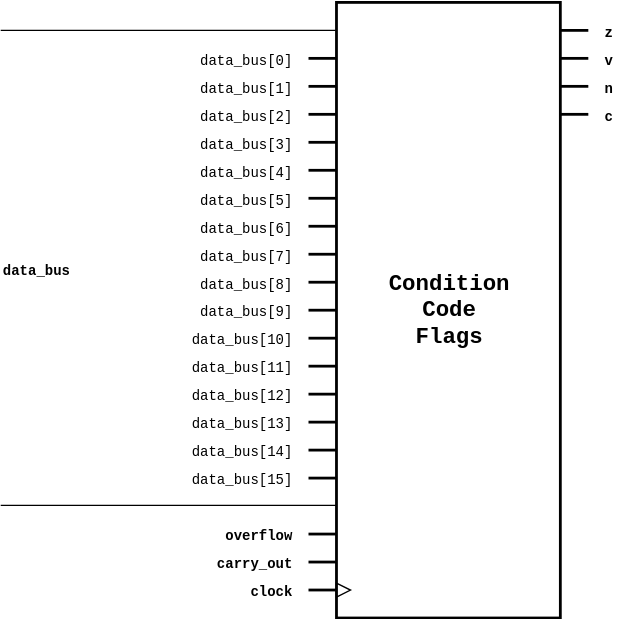
Above: docs/images/schematics/processor/ConditionCodeFlags.svg in jamesjiang52/Bitwise (draw.io), before the change. Source tidied: cells renumbered, new cells last; positions are measured from the earlier drawing's top-left corner, leaving out a move shared by most shapes. Its diagram source:
```xml
<mxGraphModel background="#ffffff">
  <root>
    <mxCell id="0" />
    <mxCell id="1" parent="0" />
    <mxCell id="2" style="group;" parent="1" vertex="1">
      <mxGeometry width="440" height="440" as="geometry" />
    </mxCell>
    <mxCell id="3" value="&lt;font face=&quot;Courier New&quot;&gt;&lt;span style=&quot;font-size: 10px&quot;&gt;&lt;b&gt;z&lt;/b&gt;&lt;/span&gt;&lt;/font&gt;" style="text;html=1;strokeColor=none;fillColor=none;align=left;verticalAlign=middle;whiteSpace=wrap;rounded=0;" parent="2" vertex="1">
      <mxGeometry x="430" y="10" width="10" height="20" as="geometry" />
    </mxCell>
    <mxCell id="4" value="&lt;font face=&quot;Courier New&quot; style=&quot;font-size: 10px&quot;&gt;&lt;b&gt;v&lt;/b&gt;&lt;/font&gt;" style="text;html=1;strokeColor=none;fillColor=none;align=left;verticalAlign=middle;whiteSpace=wrap;rounded=0;" parent="2" vertex="1">
      <mxGeometry x="430" y="30" width="10" height="20" as="geometry" />
    </mxCell>
    <mxCell id="5" value="&lt;font face=&quot;Courier New&quot;&gt;&lt;span style=&quot;font-size: 10px&quot;&gt;&lt;b&gt;n&lt;/b&gt;&lt;/span&gt;&lt;/font&gt;" style="text;html=1;strokeColor=none;fillColor=none;align=left;verticalAlign=middle;whiteSpace=wrap;rounded=0;" parent="2" vertex="1">
      <mxGeometry x="430" y="50" width="10" height="20" as="geometry" />
    </mxCell>
    <mxCell id="6" value="&lt;font face=&quot;Courier New&quot; style=&quot;font-size: 10px&quot;&gt;&lt;b&gt;c&lt;/b&gt;&lt;/font&gt;" style="text;html=1;strokeColor=none;fillColor=none;align=left;verticalAlign=middle;whiteSpace=wrap;rounded=0;" parent="2" vertex="1">
      <mxGeometry x="430" y="70" width="10" height="20" as="geometry" />
    </mxCell>
    <mxCell id="7" style="rounded=0;whiteSpace=wrap;html=1;strokeWidth=2;" parent="2" vertex="1">
      <mxGeometry x="240" width="160" height="440" as="geometry" />
    </mxCell>
    <mxCell id="8" value="&lt;font face=&quot;Courier New&quot;&gt;&lt;span style=&quot;font-size: 16px&quot;&gt;&lt;b&gt;Condition&lt;br&gt;Code&lt;br&gt;Flags&lt;/b&gt;&lt;/span&gt;&lt;/font&gt;&lt;br&gt;" style="text;html=1;strokeColor=none;fillColor=none;align=center;verticalAlign=middle;whiteSpace=wrap;rounded=0;" parent="2" vertex="1">
      <mxGeometry x="240" width="160" height="440" as="geometry" />
    </mxCell>
    <mxCell id="9" style="endArrow=none;html=1;strokeWidth=2;" parent="2" edge="1">
      <mxGeometry relative="1" as="geometry">
        <mxPoint x="400" y="20" as="sourcePoint" />
        <mxPoint x="420" y="20" as="targetPoint" />
      </mxGeometry>
    </mxCell>
    <mxCell id="10" style="endArrow=none;html=1;strokeWidth=2;" parent="2" edge="1">
      <mxGeometry relative="1" as="geometry">
        <mxPoint x="400" y="40" as="sourcePoint" />
        <mxPoint x="420" y="40" as="targetPoint" />
      </mxGeometry>
    </mxCell>
    <mxCell id="11" style="endArrow=none;html=1;strokeWidth=2;" parent="2" edge="1">
      <mxGeometry relative="1" as="geometry">
        <mxPoint x="400" y="60" as="sourcePoint" />
        <mxPoint x="420" y="60" as="targetPoint" />
      </mxGeometry>
    </mxCell>
    <mxCell id="12" style="endArrow=none;html=1;strokeWidth=2;" parent="2" edge="1">
      <mxGeometry relative="1" as="geometry">
        <mxPoint x="400" y="80" as="sourcePoint" />
        <mxPoint x="420" y="80" as="targetPoint" />
      </mxGeometry>
    </mxCell>
    <mxCell id="13" style="endArrow=none;html=1;strokeWidth=2;" parent="2" edge="1">
      <mxGeometry relative="1" as="geometry">
        <mxPoint x="220" y="420" as="sourcePoint" />
        <mxPoint x="240" y="420" as="targetPoint" />
      </mxGeometry>
    </mxCell>
    <mxCell id="14" value="&lt;b&gt;&lt;font face=&quot;Courier New&quot;&gt;&lt;font style=&quot;font-size: 10px&quot;&gt;clock&lt;/font&gt;&lt;br&gt;&lt;/font&gt;&lt;/b&gt;" style="text;html=1;strokeColor=none;fillColor=none;align=right;verticalAlign=middle;whiteSpace=wrap;rounded=0;" parent="2" vertex="1">
      <mxGeometry x="190" y="410" width="20" height="20" as="geometry" />
    </mxCell>
    <mxCell id="15" style="triangle;whiteSpace=wrap;html=1;fillColor=none;" parent="2" vertex="1">
      <mxGeometry x="240" y="415" width="10" height="10" as="geometry" />
    </mxCell>
    <mxCell id="16" value="&lt;font face=&quot;Courier New&quot;&gt;&lt;font style=&quot;font-size: 10px&quot;&gt;data_bus[2]&lt;/font&gt;&lt;br&gt;&lt;/font&gt;" style="text;html=1;strokeColor=none;fillColor=none;align=right;verticalAlign=middle;whiteSpace=wrap;rounded=0;" parent="2" vertex="1">
      <mxGeometry x="160" y="70" width="50" height="20" as="geometry" />
    </mxCell>
    <mxCell id="17" value="&lt;font face=&quot;Courier New&quot;&gt;&lt;font style=&quot;font-size: 10px&quot;&gt;data_bus[1]&lt;/font&gt;&lt;br&gt;&lt;/font&gt;" style="text;html=1;strokeColor=none;fillColor=none;align=right;verticalAlign=middle;whiteSpace=wrap;rounded=0;" parent="2" vertex="1">
      <mxGeometry x="160" y="50" width="50" height="20" as="geometry" />
    </mxCell>
    <mxCell id="18" style="endArrow=none;html=1;strokeWidth=2;" parent="2" edge="1">
      <mxGeometry relative="1" as="geometry">
        <mxPoint x="220" y="40" as="sourcePoint" />
        <mxPoint x="240" y="40" as="targetPoint" />
      </mxGeometry>
    </mxCell>
    <mxCell id="19" value="&lt;font face=&quot;Courier New&quot;&gt;&lt;font style=&quot;font-size: 10px&quot;&gt;data_bus[0]&lt;/font&gt;&lt;br&gt;&lt;/font&gt;" style="text;html=1;strokeColor=none;fillColor=none;align=right;verticalAlign=middle;whiteSpace=wrap;rounded=0;" parent="2" vertex="1">
      <mxGeometry x="160" y="30" width="50" height="20" as="geometry" />
    </mxCell>
    <mxCell id="20" style="endArrow=none;html=1;strokeWidth=2;" parent="2" edge="1">
      <mxGeometry relative="1" as="geometry">
        <mxPoint x="220" y="60" as="sourcePoint" />
        <mxPoint x="240" y="60" as="targetPoint" />
      </mxGeometry>
    </mxCell>
    <mxCell id="21" style="endArrow=none;html=1;" parent="2" edge="1">
      <mxGeometry relative="1" as="geometry">
        <mxPoint y="359.5" as="sourcePoint" />
        <mxPoint x="240" y="359.5" as="targetPoint" />
      </mxGeometry>
    </mxCell>
    <mxCell id="22" style="endArrow=none;html=1;strokeWidth=2;" parent="2" edge="1">
      <mxGeometry relative="1" as="geometry">
        <mxPoint x="220" y="80" as="sourcePoint" />
        <mxPoint x="240" y="80" as="targetPoint" />
      </mxGeometry>
    </mxCell>
    <mxCell id="23" style="endArrow=none;html=1;" parent="2" edge="1">
      <mxGeometry relative="1" as="geometry">
        <mxPoint y="20" as="sourcePoint" />
        <mxPoint x="240" y="20" as="targetPoint" />
      </mxGeometry>
    </mxCell>
    <mxCell id="24" value="&lt;b&gt;&lt;font face=&quot;Courier New&quot; style=&quot;font-size: 10px&quot;&gt;data_bus&lt;/font&gt;&lt;/b&gt;" style="text;html=1;strokeColor=none;fillColor=none;align=left;verticalAlign=middle;whiteSpace=wrap;rounded=0;" parent="2" vertex="1">
      <mxGeometry y="180" width="70" height="20" as="geometry" />
    </mxCell>
    <mxCell id="25" value="&lt;font face=&quot;Courier New&quot;&gt;&lt;font style=&quot;font-size: 10px&quot;&gt;data_bus[5]&lt;/font&gt;&lt;br&gt;&lt;/font&gt;" style="text;html=1;strokeColor=none;fillColor=none;align=right;verticalAlign=middle;whiteSpace=wrap;rounded=0;" parent="2" vertex="1">
      <mxGeometry x="160" y="130" width="50" height="20" as="geometry" />
    </mxCell>
    <mxCell id="26" value="&lt;font face=&quot;Courier New&quot;&gt;&lt;font style=&quot;font-size: 10px&quot;&gt;data_bus[4]&lt;/font&gt;&lt;br&gt;&lt;/font&gt;" style="text;html=1;strokeColor=none;fillColor=none;align=right;verticalAlign=middle;whiteSpace=wrap;rounded=0;" parent="2" vertex="1">
      <mxGeometry x="160" y="110" width="50" height="20" as="geometry" />
    </mxCell>
    <mxCell id="27" style="endArrow=none;html=1;strokeWidth=2;" parent="2" edge="1">
      <mxGeometry relative="1" as="geometry">
        <mxPoint x="220" y="100" as="sourcePoint" />
        <mxPoint x="240" y="100" as="targetPoint" />
      </mxGeometry>
    </mxCell>
    <mxCell id="28" value="&lt;font face=&quot;Courier New&quot;&gt;&lt;font style=&quot;font-size: 10px&quot;&gt;data_bus[3]&lt;/font&gt;&lt;br&gt;&lt;/font&gt;" style="text;html=1;strokeColor=none;fillColor=none;align=right;verticalAlign=middle;whiteSpace=wrap;rounded=0;" parent="2" vertex="1">
      <mxGeometry x="160" y="90" width="50" height="20" as="geometry" />
    </mxCell>
    <mxCell id="29" style="endArrow=none;html=1;strokeWidth=2;" parent="2" edge="1">
      <mxGeometry relative="1" as="geometry">
        <mxPoint x="220" y="120" as="sourcePoint" />
        <mxPoint x="240" y="120" as="targetPoint" />
      </mxGeometry>
    </mxCell>
    <mxCell id="30" style="endArrow=none;html=1;strokeWidth=2;" parent="2" edge="1">
      <mxGeometry relative="1" as="geometry">
        <mxPoint x="220" y="140" as="sourcePoint" />
        <mxPoint x="240" y="140" as="targetPoint" />
      </mxGeometry>
    </mxCell>
    <mxCell id="31" value="&lt;font face=&quot;Courier New&quot;&gt;&lt;font style=&quot;font-size: 10px&quot;&gt;data_bus[7]&lt;/font&gt;&lt;br&gt;&lt;/font&gt;" style="text;html=1;strokeColor=none;fillColor=none;align=right;verticalAlign=middle;whiteSpace=wrap;rounded=0;" parent="2" vertex="1">
      <mxGeometry x="160" y="170" width="50" height="20" as="geometry" />
    </mxCell>
    <mxCell id="32" value="&lt;font face=&quot;Courier New&quot;&gt;&lt;font style=&quot;font-size: 10px&quot;&gt;data_bus[6]&lt;/font&gt;&lt;br&gt;&lt;/font&gt;" style="text;html=1;strokeColor=none;fillColor=none;align=right;verticalAlign=middle;whiteSpace=wrap;rounded=0;" parent="2" vertex="1">
      <mxGeometry x="160" y="150" width="50" height="20" as="geometry" />
    </mxCell>
    <mxCell id="33" style="endArrow=none;html=1;strokeWidth=2;" parent="2" edge="1">
      <mxGeometry relative="1" as="geometry">
        <mxPoint x="220" y="160" as="sourcePoint" />
        <mxPoint x="240" y="160" as="targetPoint" />
      </mxGeometry>
    </mxCell>
    <mxCell id="34" style="endArrow=none;html=1;strokeWidth=2;" parent="2" edge="1">
      <mxGeometry relative="1" as="geometry">
        <mxPoint x="220" y="180" as="sourcePoint" />
        <mxPoint x="240" y="180" as="targetPoint" />
      </mxGeometry>
    </mxCell>
    <mxCell id="35" value="&lt;font face=&quot;Courier New&quot;&gt;&lt;font style=&quot;font-size: 10px&quot;&gt;data_bus[10]&lt;/font&gt;&lt;br&gt;&lt;/font&gt;" style="text;html=1;strokeColor=none;fillColor=none;align=right;verticalAlign=middle;whiteSpace=wrap;rounded=0;" parent="2" vertex="1">
      <mxGeometry x="160" y="230" width="50" height="20" as="geometry" />
    </mxCell>
    <mxCell id="36" value="&lt;font face=&quot;Courier New&quot;&gt;&lt;font style=&quot;font-size: 10px&quot;&gt;data_bus[9]&lt;/font&gt;&lt;br&gt;&lt;/font&gt;" style="text;html=1;strokeColor=none;fillColor=none;align=right;verticalAlign=middle;whiteSpace=wrap;rounded=0;" parent="2" vertex="1">
      <mxGeometry x="160" y="210" width="50" height="20" as="geometry" />
    </mxCell>
    <mxCell id="37" style="endArrow=none;html=1;strokeWidth=2;" parent="2" edge="1">
      <mxGeometry relative="1" as="geometry">
        <mxPoint x="220" y="200" as="sourcePoint" />
        <mxPoint x="240" y="200" as="targetPoint" />
      </mxGeometry>
    </mxCell>
    <mxCell id="38" value="&lt;font face=&quot;Courier New&quot;&gt;&lt;font style=&quot;font-size: 10px&quot;&gt;data_bus[8]&lt;/font&gt;&lt;br&gt;&lt;/font&gt;" style="text;html=1;strokeColor=none;fillColor=none;align=right;verticalAlign=middle;whiteSpace=wrap;rounded=0;" parent="2" vertex="1">
      <mxGeometry x="160" y="190" width="50" height="20" as="geometry" />
    </mxCell>
    <mxCell id="39" style="endArrow=none;html=1;strokeWidth=2;" parent="2" edge="1">
      <mxGeometry relative="1" as="geometry">
        <mxPoint x="220" y="220" as="sourcePoint" />
        <mxPoint x="240" y="220" as="targetPoint" />
      </mxGeometry>
    </mxCell>
    <mxCell id="40" style="endArrow=none;html=1;strokeWidth=2;" parent="2" edge="1">
      <mxGeometry relative="1" as="geometry">
        <mxPoint x="220" y="240" as="sourcePoint" />
        <mxPoint x="240" y="240" as="targetPoint" />
      </mxGeometry>
    </mxCell>
    <mxCell id="41" value="&lt;font face=&quot;Courier New&quot;&gt;&lt;font style=&quot;font-size: 10px&quot;&gt;data_bus[13]&lt;/font&gt;&lt;br&gt;&lt;/font&gt;" style="text;html=1;strokeColor=none;fillColor=none;align=right;verticalAlign=middle;whiteSpace=wrap;rounded=0;" parent="2" vertex="1">
      <mxGeometry x="160" y="290" width="50" height="20" as="geometry" />
    </mxCell>
    <mxCell id="42" value="&lt;font face=&quot;Courier New&quot;&gt;&lt;font style=&quot;font-size: 10px&quot;&gt;data_bus[12]&lt;/font&gt;&lt;br&gt;&lt;/font&gt;" style="text;html=1;strokeColor=none;fillColor=none;align=right;verticalAlign=middle;whiteSpace=wrap;rounded=0;" parent="2" vertex="1">
      <mxGeometry x="160" y="270" width="50" height="20" as="geometry" />
    </mxCell>
    <mxCell id="43" style="endArrow=none;html=1;strokeWidth=2;" parent="2" edge="1">
      <mxGeometry relative="1" as="geometry">
        <mxPoint x="220" y="260" as="sourcePoint" />
        <mxPoint x="240" y="260" as="targetPoint" />
      </mxGeometry>
    </mxCell>
    <mxCell id="44" value="&lt;font face=&quot;Courier New&quot;&gt;&lt;font style=&quot;font-size: 10px&quot;&gt;data_bus[11]&lt;/font&gt;&lt;br&gt;&lt;/font&gt;" style="text;html=1;strokeColor=none;fillColor=none;align=right;verticalAlign=middle;whiteSpace=wrap;rounded=0;" parent="2" vertex="1">
      <mxGeometry x="160" y="250" width="50" height="20" as="geometry" />
    </mxCell>
    <mxCell id="45" style="endArrow=none;html=1;strokeWidth=2;" parent="2" edge="1">
      <mxGeometry relative="1" as="geometry">
        <mxPoint x="220" y="280" as="sourcePoint" />
        <mxPoint x="240" y="280" as="targetPoint" />
      </mxGeometry>
    </mxCell>
    <mxCell id="46" style="endArrow=none;html=1;strokeWidth=2;" parent="2" edge="1">
      <mxGeometry relative="1" as="geometry">
        <mxPoint x="220" y="300" as="sourcePoint" />
        <mxPoint x="240" y="300" as="targetPoint" />
      </mxGeometry>
    </mxCell>
    <mxCell id="47" value="&lt;font face=&quot;Courier New&quot;&gt;&lt;font style=&quot;font-size: 10px&quot;&gt;data_bus[15]&lt;/font&gt;&lt;br&gt;&lt;/font&gt;" style="text;html=1;strokeColor=none;fillColor=none;align=right;verticalAlign=middle;whiteSpace=wrap;rounded=0;" parent="2" vertex="1">
      <mxGeometry x="160" y="330" width="50" height="20" as="geometry" />
    </mxCell>
    <mxCell id="48" value="&lt;font face=&quot;Courier New&quot;&gt;&lt;font style=&quot;font-size: 10px&quot;&gt;data_bus[14]&lt;/font&gt;&lt;br&gt;&lt;/font&gt;" style="text;html=1;strokeColor=none;fillColor=none;align=right;verticalAlign=middle;whiteSpace=wrap;rounded=0;" parent="2" vertex="1">
      <mxGeometry x="160" y="310" width="50" height="20" as="geometry" />
    </mxCell>
    <mxCell id="49" style="endArrow=none;html=1;strokeWidth=2;" parent="2" edge="1">
      <mxGeometry relative="1" as="geometry">
        <mxPoint x="220" y="320" as="sourcePoint" />
        <mxPoint x="240" y="320" as="targetPoint" />
      </mxGeometry>
    </mxCell>
    <mxCell id="50" style="endArrow=none;html=1;strokeWidth=2;" parent="2" edge="1">
      <mxGeometry relative="1" as="geometry">
        <mxPoint x="220" y="340" as="sourcePoint" />
        <mxPoint x="240" y="340" as="targetPoint" />
      </mxGeometry>
    </mxCell>
    <mxCell id="51" style="endArrow=none;html=1;strokeWidth=2;" parent="2" edge="1">
      <mxGeometry relative="1" as="geometry">
        <mxPoint x="220" y="380" as="sourcePoint" />
        <mxPoint x="240" y="380" as="targetPoint" />
      </mxGeometry>
    </mxCell>
    <mxCell id="52" value="&lt;b&gt;&lt;font face=&quot;Courier New&quot;&gt;&lt;font style=&quot;font-size: 10px&quot;&gt;overflow&lt;/font&gt;&lt;br&gt;&lt;/font&gt;&lt;/b&gt;" style="text;html=1;strokeColor=none;fillColor=none;align=right;verticalAlign=middle;whiteSpace=wrap;rounded=0;" parent="2" vertex="1">
      <mxGeometry x="190" y="370" width="20" height="20" as="geometry" />
    </mxCell>
    <mxCell id="53" style="endArrow=none;html=1;strokeWidth=2;" parent="2" edge="1">
      <mxGeometry relative="1" as="geometry">
        <mxPoint x="220" y="400" as="sourcePoint" />
        <mxPoint x="240" y="400" as="targetPoint" />
      </mxGeometry>
    </mxCell>
    <mxCell id="54" value="&lt;b&gt;&lt;font face=&quot;Courier New&quot;&gt;&lt;font style=&quot;font-size: 10px&quot;&gt;carry_out&lt;/font&gt;&lt;br&gt;&lt;/font&gt;&lt;/b&gt;" style="text;html=1;strokeColor=none;fillColor=none;align=right;verticalAlign=middle;whiteSpace=wrap;rounded=0;" parent="2" vertex="1">
      <mxGeometry x="190" y="390" width="20" height="20" as="geometry" />
    </mxCell>
  </root>
</mxGraphModel>
```
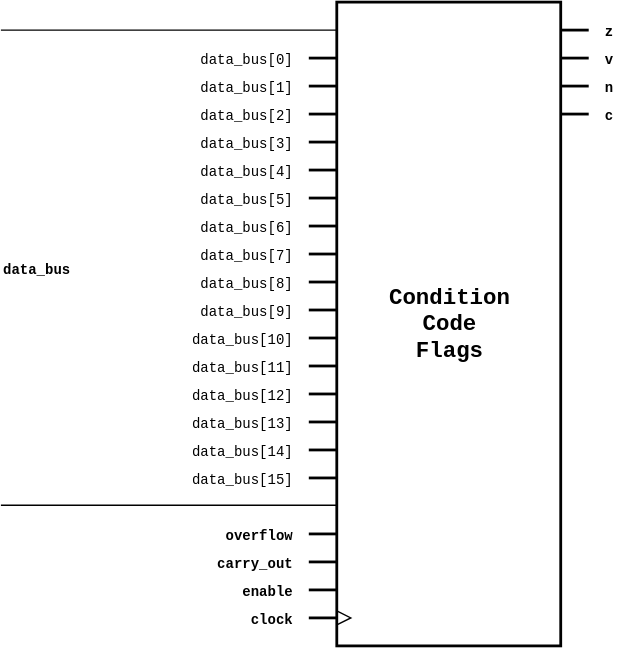
After the change.

Change to the diagram source:
```diff
@@ -3,7 +3,7 @@
     <mxCell id="0" />
     <mxCell id="1" parent="0" />
     <mxCell id="2" style="group;" parent="1" vertex="1">
-      <mxGeometry width="440" height="440" as="geometry" />
+      <mxGeometry width="440" height="460" as="geometry" />
     </mxCell>
     <mxCell id="3" value="&lt;font face=&quot;Courier New&quot;&gt;&lt;span style=&quot;font-size: 10px&quot;&gt;&lt;b&gt;z&lt;/b&gt;&lt;/span&gt;&lt;/font&gt;" style="text;html=1;strokeColor=none;fillColor=none;align=left;verticalAlign=middle;whiteSpace=wrap;rounded=0;" parent="2" vertex="1">
       <mxGeometry x="430" y="10" width="10" height="20" as="geometry" />
@@ -18,10 +18,10 @@
       <mxGeometry x="430" y="70" width="10" height="20" as="geometry" />
     </mxCell>
     <mxCell id="7" style="rounded=0;whiteSpace=wrap;html=1;strokeWidth=2;" parent="2" vertex="1">
-      <mxGeometry x="240" width="160" height="440" as="geometry" />
+      <mxGeometry x="240" width="160" height="460" as="geometry" />
     </mxCell>
     <mxCell id="8" value="&lt;font face=&quot;Courier New&quot;&gt;&lt;span style=&quot;font-size: 16px&quot;&gt;&lt;b&gt;Condition&lt;br&gt;Code&lt;br&gt;Flags&lt;/b&gt;&lt;/span&gt;&lt;/font&gt;&lt;br&gt;" style="text;html=1;strokeColor=none;fillColor=none;align=center;verticalAlign=middle;whiteSpace=wrap;rounded=0;" parent="2" vertex="1">
-      <mxGeometry x="240" width="160" height="440" as="geometry" />
+      <mxGeometry x="240" width="160" height="460" as="geometry" />
     </mxCell>
     <mxCell id="9" style="endArrow=none;html=1;strokeWidth=2;" parent="2" edge="1">
       <mxGeometry relative="1" as="geometry">
@@ -49,15 +49,15 @@
     </mxCell>
     <mxCell id="13" style="endArrow=none;html=1;strokeWidth=2;" parent="2" edge="1">
       <mxGeometry relative="1" as="geometry">
-        <mxPoint x="220" y="420" as="sourcePoint" />
-        <mxPoint x="240" y="420" as="targetPoint" />
+        <mxPoint x="220" y="440" as="sourcePoint" />
+        <mxPoint x="240" y="440" as="targetPoint" />
       </mxGeometry>
     </mxCell>
     <mxCell id="14" value="&lt;b&gt;&lt;font face=&quot;Courier New&quot;&gt;&lt;font style=&quot;font-size: 10px&quot;&gt;clock&lt;/font&gt;&lt;br&gt;&lt;/font&gt;&lt;/b&gt;" style="text;html=1;strokeColor=none;fillColor=none;align=right;verticalAlign=middle;whiteSpace=wrap;rounded=0;" parent="2" vertex="1">
-      <mxGeometry x="190" y="410" width="20" height="20" as="geometry" />
+      <mxGeometry x="190" y="430" width="20" height="20" as="geometry" />
     </mxCell>
     <mxCell id="15" style="triangle;whiteSpace=wrap;html=1;fillColor=none;" parent="2" vertex="1">
-      <mxGeometry x="240" y="415" width="10" height="10" as="geometry" />
+      <mxGeometry x="240" y="435" width="10" height="10" as="geometry" />
     </mxCell>
     <mxCell id="16" value="&lt;font face=&quot;Courier New&quot;&gt;&lt;font style=&quot;font-size: 10px&quot;&gt;data_bus[2]&lt;/font&gt;&lt;br&gt;&lt;/font&gt;" style="text;html=1;strokeColor=none;fillColor=none;align=right;verticalAlign=middle;whiteSpace=wrap;rounded=0;" parent="2" vertex="1">
       <mxGeometry x="160" y="70" width="50" height="20" as="geometry" />
@@ -236,5 +236,14 @@
     <mxCell id="54" value="&lt;b&gt;&lt;font face=&quot;Courier New&quot;&gt;&lt;font style=&quot;font-size: 10px&quot;&gt;carry_out&lt;/font&gt;&lt;br&gt;&lt;/font&gt;&lt;/b&gt;" style="text;html=1;strokeColor=none;fillColor=none;align=right;verticalAlign=middle;whiteSpace=wrap;rounded=0;" parent="2" vertex="1">
       <mxGeometry x="190" y="390" width="20" height="20" as="geometry" />
     </mxCell>
+    <mxCell id="55" style="endArrow=none;html=1;strokeWidth=2;" parent="2" edge="1">
+      <mxGeometry relative="1" as="geometry">
+        <mxPoint x="220" y="420" as="sourcePoint" />
+        <mxPoint x="240" y="420" as="targetPoint" />
+      </mxGeometry>
+    </mxCell>
+    <mxCell id="56" value="&lt;b&gt;&lt;font face=&quot;Courier New&quot;&gt;&lt;font style=&quot;font-size: 10px&quot;&gt;enable&lt;/font&gt;&lt;br&gt;&lt;/font&gt;&lt;/b&gt;" style="text;html=1;strokeColor=none;fillColor=none;align=right;verticalAlign=middle;whiteSpace=wrap;rounded=0;" parent="2" vertex="1">
+      <mxGeometry x="190" y="410" width="20" height="20" as="geometry" />
+    </mxCell>
   </root>
 </mxGraphModel>
```
